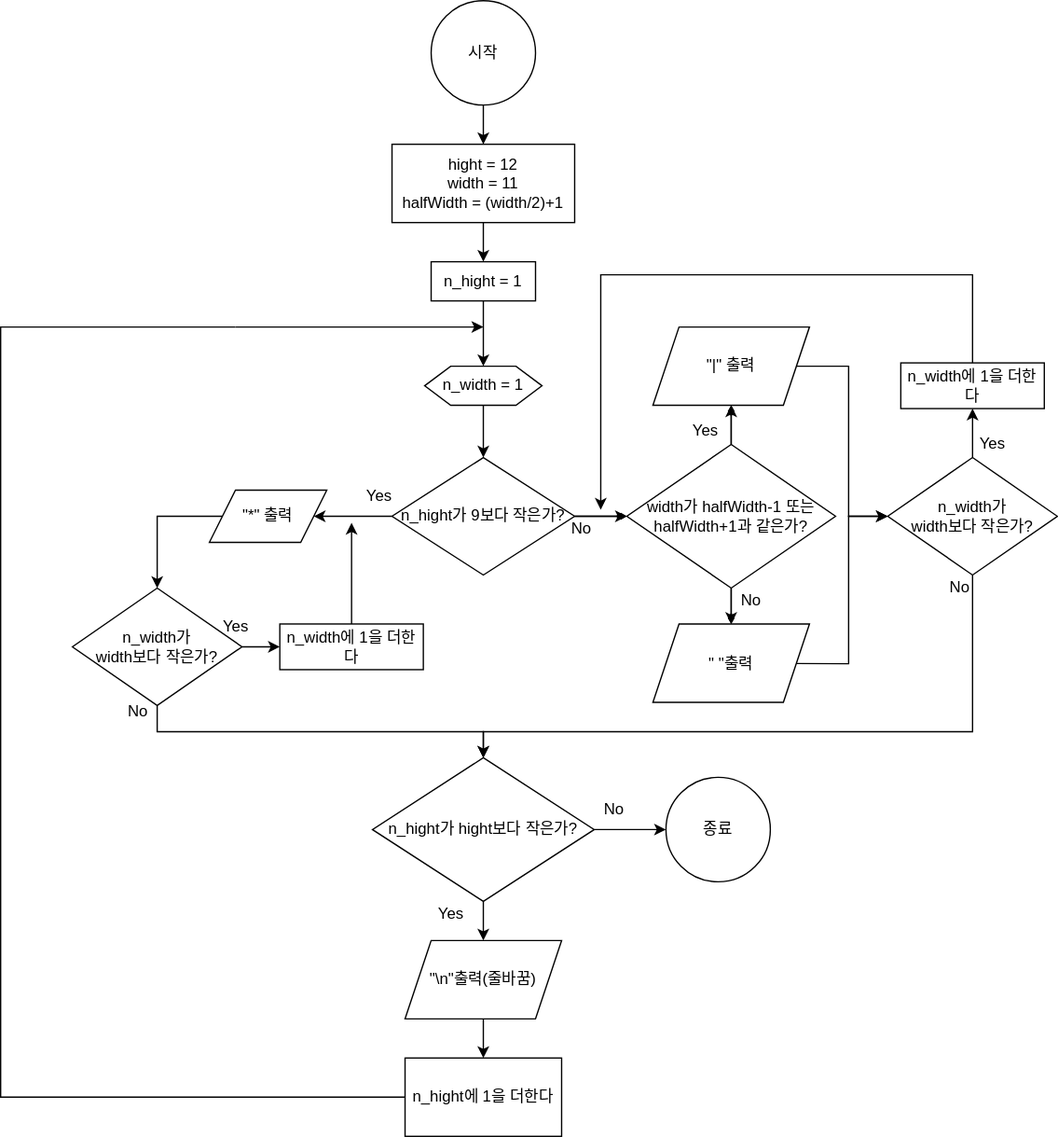
The draw.io diagram Week1_Step2_FlowChart.svg in yagom-academy/swift-starter-camp-4th, before a commit. Source tidied: cells renumbered, new cells last; positions are measured from the earlier drawing's top-left corner, leaving out a move shared by most shapes.
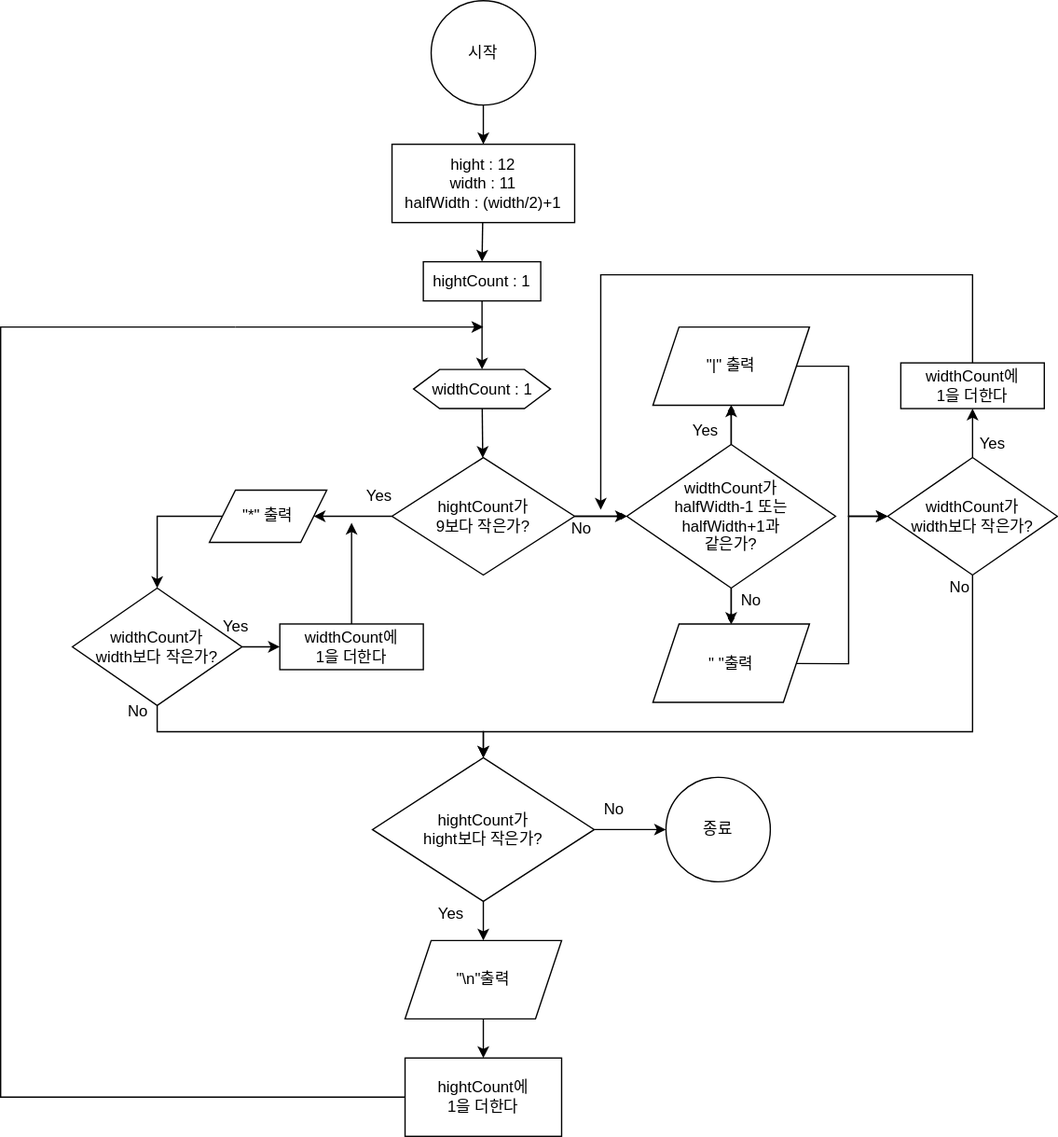
After the commit.

Diff of the diagram source:
```diff
@@ -14,10 +14,10 @@
     <mxCell id="5" style="edgeStyle=none;rounded=0;jettySize=auto;html=1;entryX=0;entryY=0.5;entryDx=0;entryDy=0;endArrow=classic;endFill=1;" parent="1" edge="1" source="6" target="43">
       <mxGeometry relative="1" as="geometry" />
     </mxCell>
-    <mxCell id="6" value="n_hight가 hight보다 작은가?" style="rhombus;whiteSpace=wrap;html=1;rounded=0;" parent="1" vertex="1">
+    <mxCell id="6" value="hightCount가&lt;br&gt;hight보다 작은가?" style="rhombus;whiteSpace=wrap;html=1;rounded=0;" parent="1" vertex="1">
       <mxGeometry x="285" y="580" width="170" height="110" as="geometry" />
     </mxCell>
-    <mxCell id="7" value="n_hight에 1을 더한다" style="rounded=0;whiteSpace=wrap;html=1;" parent="1" vertex="1">
+    <mxCell id="7" value="hightCount에&lt;br&gt;1을 더한다" style="rounded=0;whiteSpace=wrap;html=1;" parent="1" vertex="1">
       <mxGeometry x="310" y="810" width="120" height="60" as="geometry" />
     </mxCell>
     <mxCell id="8" style="edgeStyle=none;rounded=0;jettySize=auto;html=1;entryX=0.5;entryY=0;entryDx=0;entryDy=0;endArrow=classic;endFill=1;" parent="1" edge="1" source="10" target="6">
@@ -32,7 +32,7 @@
     <mxCell id="9" style="edgeStyle=none;rounded=0;jettySize=auto;html=1;entryX=0;entryY=0.5;entryDx=0;entryDy=0;endArrow=classic;endFill=1;" parent="1" edge="1" source="10" target="34">
       <mxGeometry relative="1" as="geometry" />
     </mxCell>
-    <mxCell id="10" value="n_width가 &lt;br&gt;width보다 작은가?" style="rhombus;whiteSpace=wrap;html=1;rounded=0;" parent="1" vertex="1">
+    <mxCell id="10" value="widthCount가 &lt;br&gt;width보다 작은가?" style="rhombus;whiteSpace=wrap;html=1;rounded=0;" parent="1" vertex="1">
       <mxGeometry x="55" y="450" width="130" height="90" as="geometry" />
     </mxCell>
     <mxCell id="11" style="edgeStyle=none;rounded=0;jettySize=auto;html=1;entryX=1;entryY=0.5;entryDx=0;entryDy=0;endArrow=classic;endFill=1;" parent="1" edge="1" source="13" target="15">
@@ -41,7 +41,7 @@
     <mxCell id="12" style="edgeStyle=none;rounded=0;jettySize=auto;html=1;endArrow=diamondThin;endFill=1;" parent="1" edge="1" source="13" target="32">
       <mxGeometry relative="1" as="geometry" />
     </mxCell>
-    <mxCell id="13" value="n_hight가 9보다 작은가?" style="rhombus;whiteSpace=wrap;html=1;rounded=0;" parent="1" vertex="1">
+    <mxCell id="13" value="hightCount가 &lt;br&gt;9보다 작은가?" style="rhombus;whiteSpace=wrap;html=1;rounded=0;" parent="1" vertex="1">
       <mxGeometry x="300" y="350" width="140" height="90" as="geometry" />
     </mxCell>
     <mxCell id="14" style="edgeStyle=none;rounded=0;jettySize=auto;html=1;entryX=0.5;entryY=0;entryDx=0;entryDy=0;endArrow=classic;endFill=1;" parent="1" edge="1" source="15" target="10">
@@ -79,26 +79,26 @@
     <mxCell id="20" style="edgeStyle=orthogonalEdgeStyle;rounded=0;jettySize=auto;html=1;exitX=0.5;exitY=1;exitDx=0;exitDy=0;entryX=0.5;entryY=0;entryDx=0;entryDy=0;" parent="1" edge="1" source="21" target="7">
       <mxGeometry relative="1" as="geometry" />
     </mxCell>
-    <mxCell id="21" value="&quot;\n&quot;출력(줄바꿈)" style="shape=parallelogram;perimeter=parallelogramPerimeter;whiteSpace=wrap;html=1;fixedSize=1;rounded=0;" parent="1" vertex="1">
+    <mxCell id="21" value="&quot;\n&quot;출력" style="shape=parallelogram;perimeter=parallelogramPerimeter;whiteSpace=wrap;html=1;fixedSize=1;rounded=0;" parent="1" vertex="1">
       <mxGeometry x="310" y="720" width="120" height="60" as="geometry" />
     </mxCell>
     <mxCell id="22" style="edgeStyle=none;rounded=0;jettySize=auto;html=1;endArrow=classic;endFill=1;" parent="1" edge="1" source="23" target="13">
       <mxGeometry relative="1" as="geometry" />
     </mxCell>
-    <mxCell id="23" value="n_width = 1" style="shape=hexagon;perimeter=hexagonPerimeter2;whiteSpace=wrap;html=1;fixedSize=1;rounded=0;" parent="1" vertex="1">
-      <mxGeometry x="325" y="280" width="90" height="30" as="geometry" />
+    <mxCell id="23" value="widthCount : 1" style="shape=hexagon;perimeter=hexagonPerimeter2;whiteSpace=wrap;html=1;fixedSize=1;rounded=0;" parent="1" vertex="1">
+      <mxGeometry x="316.5" y="282.5" width="105" height="30" as="geometry" />
     </mxCell>
     <mxCell id="24" style="edgeStyle=none;rounded=0;jettySize=auto;html=1;entryX=0.5;entryY=0;entryDx=0;entryDy=0;endArrow=classic;endFill=1;" parent="1" edge="1" source="25" target="27">
       <mxGeometry relative="1" as="geometry" />
     </mxCell>
-    <mxCell id="25" value="&lt;span&gt;hight = 12&lt;/span&gt;&lt;br&gt;&lt;span&gt;width = 11&lt;/span&gt;&lt;br&gt;&lt;span&gt;halfWidth = (width/2)+1&lt;/span&gt;" style="rounded=0;whiteSpace=wrap;html=1;" parent="1" vertex="1">
+    <mxCell id="25" value="&lt;span&gt;hight : 12&lt;/span&gt;&lt;br&gt;&lt;span&gt;width : 11&lt;/span&gt;&lt;br&gt;&lt;span&gt;halfWidth : (width/2)+1&lt;/span&gt;" style="rounded=0;whiteSpace=wrap;html=1;" parent="1" vertex="1">
       <mxGeometry x="300" y="110" width="140" height="60" as="geometry" />
     </mxCell>
     <mxCell id="26" style="edgeStyle=none;rounded=0;jettySize=auto;html=1;entryX=0.5;entryY=0;entryDx=0;entryDy=0;endArrow=classic;endFill=1;" parent="1" edge="1" source="27" target="23">
       <mxGeometry relative="1" as="geometry" />
     </mxCell>
-    <mxCell id="27" value="&lt;span&gt;n_hight = 1&lt;/span&gt;" style="rounded=0;whiteSpace=wrap;html=1;" parent="1" vertex="1">
-      <mxGeometry x="330" y="200" width="80" height="30" as="geometry" />
+    <mxCell id="27" value="&lt;span&gt;hightCount : 1&lt;/span&gt;" style="rounded=0;whiteSpace=wrap;html=1;" parent="1" vertex="1">
+      <mxGeometry x="324" y="200" width="90" height="30" as="geometry" />
     </mxCell>
     <mxCell id="28" style="endArrow=classic;html=1;rounded=0;" parent="1" edge="1">
       <mxGeometry relative="1" as="geometry">
@@ -122,7 +122,7 @@
     <mxCell id="31" style="edgeStyle=none;rounded=0;jettySize=auto;html=1;endArrow=diamondThin;endFill=1;" parent="1" edge="1" source="32" target="17">
       <mxGeometry relative="1" as="geometry" />
     </mxCell>
-    <mxCell id="32" value="width가 halfWidth-1 또는 halfWidth+1과 같은가?" style="rhombus;whiteSpace=wrap;html=1;rounded=0;" parent="1" vertex="1">
+    <mxCell id="32" value="widthCount가 &lt;br&gt;halfWidth-1 또는 &lt;br&gt;halfWidth+1과 &lt;br&gt;같은가?" style="rhombus;whiteSpace=wrap;html=1;rounded=0;" parent="1" vertex="1">
       <mxGeometry x="480" y="340" width="160" height="110" as="geometry" />
     </mxCell>
     <mxCell id="33" style="edgeStyle=none;rounded=0;jettySize=auto;html=1;endArrow=classic;endFill=1;" parent="1" edge="1" source="34">
@@ -130,7 +130,7 @@
         <mxPoint x="269" y="400" as="targetPoint" />
       </mxGeometry>
     </mxCell>
-    <mxCell id="34" value="n_width에 1을 더한다" style="rounded=0;whiteSpace=wrap;html=1;" parent="1" vertex="1">
+    <mxCell id="34" value="widthCount에 &lt;br&gt;1을 더한다" style="rounded=0;whiteSpace=wrap;html=1;" parent="1" vertex="1">
       <mxGeometry x="214" y="477.5" width="110" height="35" as="geometry" />
     </mxCell>
     <mxCell id="35" style="edgeStyle=none;rounded=0;jettySize=auto;html=1;endArrow=classic;endFill=1;" parent="1" edge="1" source="36">
@@ -142,7 +142,7 @@
         </Array>
       </mxGeometry>
     </mxCell>
-    <mxCell id="36" value="n_width에 1을 더한다" style="rounded=0;whiteSpace=wrap;html=1;" parent="1" vertex="1">
+    <mxCell id="36" value="widthCount에&lt;br&gt;1을 더한다" style="rounded=0;whiteSpace=wrap;html=1;" parent="1" vertex="1">
       <mxGeometry x="690" y="277.5" width="110" height="35" as="geometry" />
     </mxCell>
     <mxCell id="37" style="edgeStyle=none;rounded=0;jettySize=auto;html=1;entryX=0.5;entryY=0;entryDx=0;entryDy=0;endArrow=classic;endFill=1;" parent="1" edge="1" source="39" target="6">
@@ -156,7 +156,7 @@
     <mxCell id="38" style="edgeStyle=none;rounded=0;jettySize=auto;html=1;entryX=0.5;entryY=1;entryDx=0;entryDy=0;endArrow=classic;endFill=1;" parent="1" edge="1" source="39" target="36">
       <mxGeometry relative="1" as="geometry" />
     </mxCell>
-    <mxCell id="39" value="n_width가 &lt;br&gt;width보다 작은가?" style="rhombus;whiteSpace=wrap;html=1;rounded=0;" parent="1" vertex="1">
+    <mxCell id="39" value="widthCount가 &lt;br&gt;width보다 작은가?" style="rhombus;whiteSpace=wrap;html=1;rounded=0;" parent="1" vertex="1">
       <mxGeometry x="680" y="350" width="130" height="90" as="geometry" />
     </mxCell>
     <mxCell id="40" style="edgeStyle=none;rounded=0;orthogonalLoop=1;jettySize=auto;html=1;endArrow=classic;endFill=1;" parent="1" edge="1">
```
